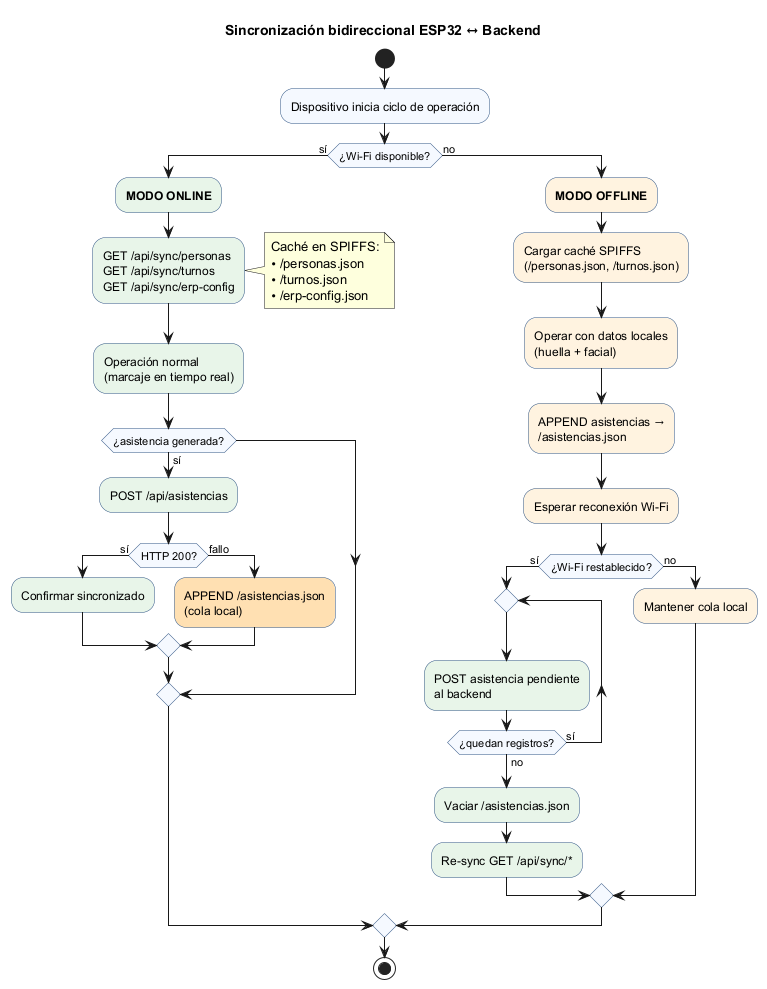
Before: Informe/diagrams/flujo_sincronizacion_bidireccional.png, a diagram exported from PlantUML (BorgTb/AsistenciaBackendFinal).
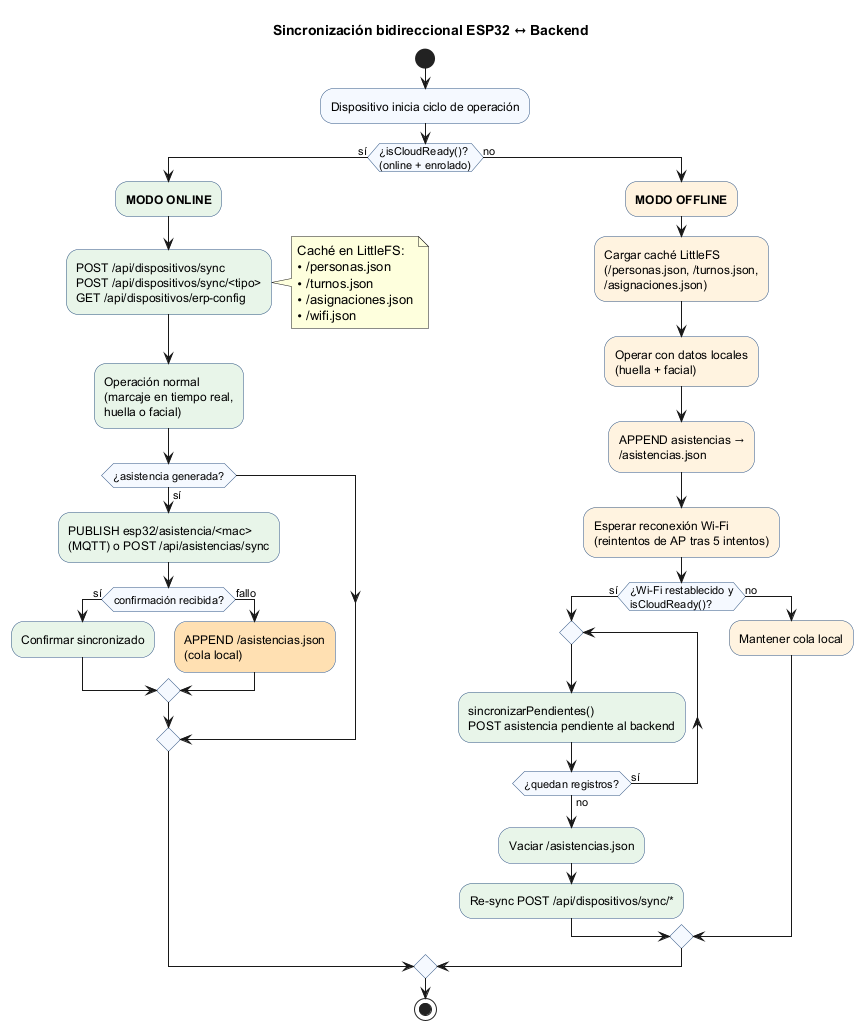
After the commit.

Change to the diagram source:
```diff
@@ -8,22 +8,24 @@
 start
 :Dispositivo inicia ciclo de operación;
 
-if (¿Wi-Fi disponible?) then (sí)
+if (¿isCloudReady()?\n(online + enrolado)) then (sí)
   #E8F5E9:**MODO ONLINE**;
-  #E8F5E9:GET /api/sync/personas
-  GET /api/sync/turnos
-  GET /api/sync/erp-config;
+  #E8F5E9:POST /api/dispositivos/sync
+  POST /api/dispositivos/sync/<tipo>
+  GET /api/dispositivos/erp-config;
   note right
-    Caché en SPIFFS:
+    Caché en LittleFS:
     • /personas.json
     • /turnos.json
-    • /erp-config.json
+    • /asignaciones.json
+    • /wifi.json
   end note
   #E8F5E9:Operación normal
-  (marcaje en tiempo real);
+  (marcaje en tiempo real,
+  huella o facial);
   if (¿asistencia generada?) then (sí)
-    #E8F5E9:POST /api/asistencias;
-    if (HTTP 200?) then (sí)
+    #E8F5E9:PUBLISH esp32/asistencia/<mac>\n(MQTT) o POST /api/asistencias/sync;
+    if (confirmación recibida?) then (sí)
       #E8F5E9:Confirmar sincronizado;
     else (fallo)
       #FFE0B2:APPEND /asistencias.json
@@ -32,20 +34,21 @@
   endif
 else (no)
   #FFF3E0:**MODO OFFLINE**;
-  #FFF3E0:Cargar caché SPIFFS
-  (/personas.json, /turnos.json);
+  #FFF3E0:Cargar caché LittleFS
+  (/personas.json, /turnos.json,
+  /asignaciones.json);
   #FFF3E0:Operar con datos locales
   (huella + facial);
   #FFF3E0:APPEND asistencias →
   /asistencias.json;
-  #FFF3E0:Esperar reconexión Wi-Fi;
-  if (¿Wi-Fi restablecido?) then (sí)
+  #FFF3E0:Esperar reconexión Wi-Fi\n(reintentos de AP tras 5 intentos);
+  if (¿Wi-Fi restablecido y\nisCloudReady()?) then (sí)
     repeat
-      #E8F5E9:POST asistencia pendiente
-      al backend;
+      #E8F5E9:sincronizarPendientes()
+      POST asistencia pendiente al backend;
     repeat while (¿quedan registros?) is (sí) not (no)
     #E8F5E9:Vaciar /asistencias.json;
-    #E8F5E9:Re-sync GET /api/sync/*;
+    #E8F5E9:Re-sync POST /api/dispositivos/sync/*;
   else (no)
     #FFF3E0:Mantener cola local;
   endif
```
